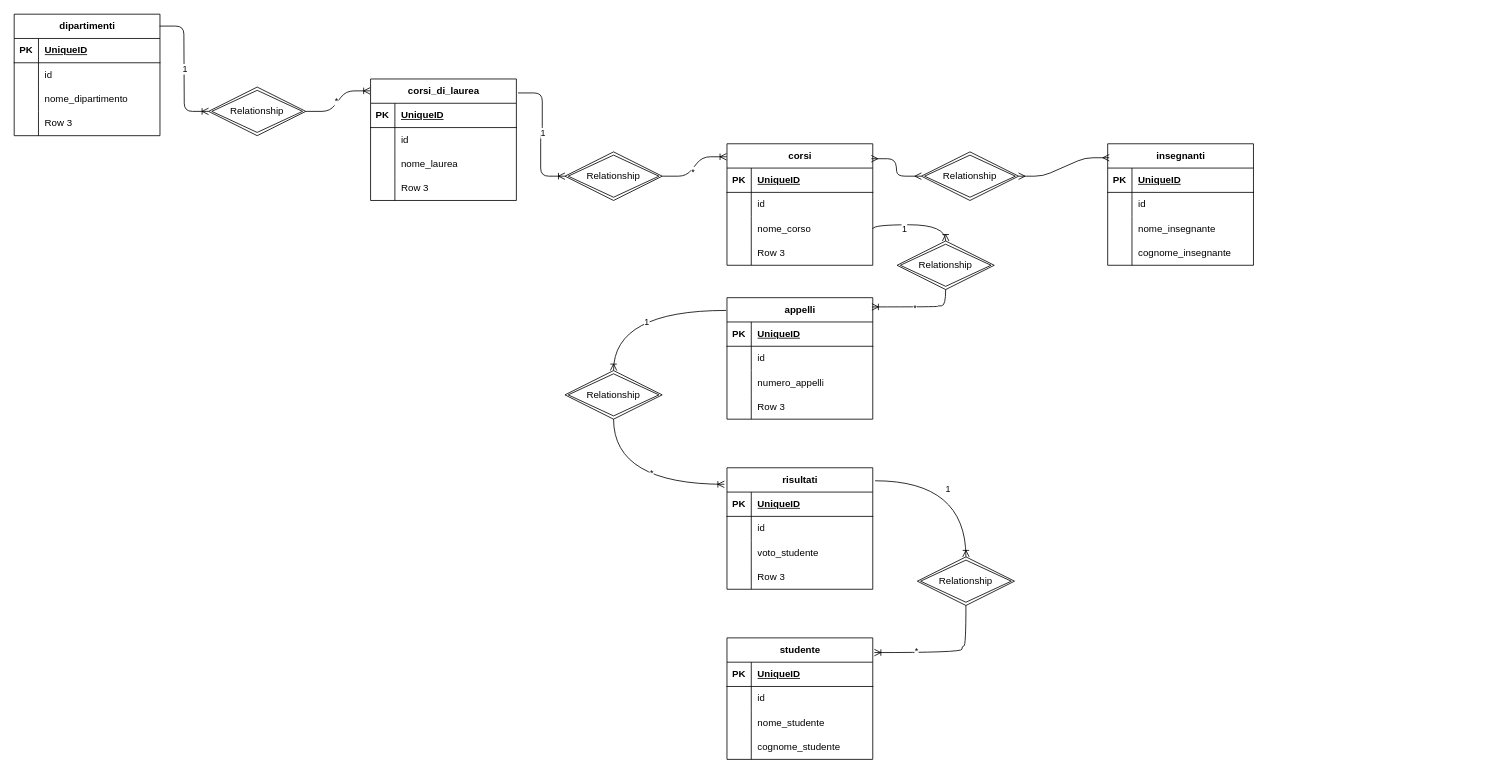
Before: university.drawio in ViktorJoseCentonza/db-university, a draw.io diagram. Source tidied: cells renumbered, new cells numbered last; positions are measured from the earlier drawing's top-left corner, leaving out a move shared by most shapes. Both pictures are drawn from the tidied source at 81%, with x=0, y=0 at pixel (14, 14).
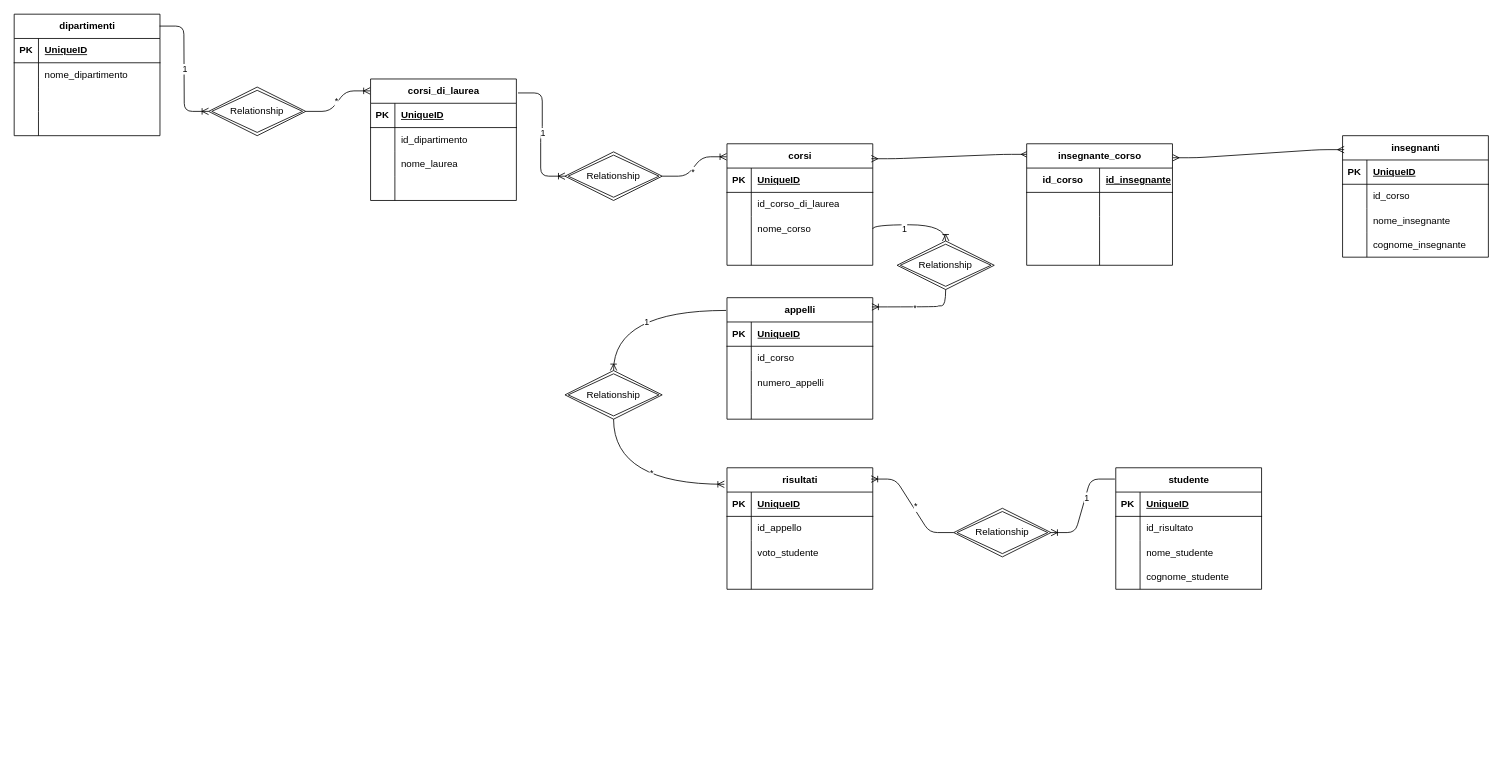
The same diagram, later.

The change refers to these unchanged cells:
```xml
<mxCell id="6" style="shape=tableRow;horizontal=0;startSize=0;swimlaneHead=0;swimlaneBody=0;fillColor=none;top=0;left=0;right=0;bottom=0;" parent="2" vertex="1">
  <mxGeometry y="60" width="180" height="30" as="geometry" />
</mxCell>
<mxCell id="9" style="shape=tableRow;horizontal=0;startSize=0;swimlaneHead=0;swimlaneBody=0;fillColor=none;top=0;left=0;right=0;bottom=0;" parent="2" vertex="1">
  <mxGeometry y="90" width="180" height="30" as="geometry" />
</mxCell>
<mxCell id="12" style="shape=tableRow;horizontal=0;startSize=0;swimlaneHead=0;swimlaneBody=0;fillColor=none;top=0;left=0;right=0;bottom=0;" parent="2" vertex="1">
  <mxGeometry y="120" width="180" height="30" as="geometry" />
</mxCell>
<mxCell id="19" style="shape=tableRow;horizontal=0;startSize=0;swimlaneHead=0;swimlaneBody=0;fillColor=none;top=0;left=0;right=0;bottom=0;" parent="15" vertex="1">
  <mxGeometry y="60" width="180" height="30" as="geometry" />
</mxCell>
<mxCell id="25" style="shape=tableRow;horizontal=0;startSize=0;swimlaneHead=0;swimlaneBody=0;fillColor=none;top=0;left=0;right=0;bottom=0;" parent="15" vertex="1">
  <mxGeometry y="120" width="180" height="30" as="geometry" />
</mxCell>
<mxCell id="28" value="corsi" style="shape=table;startSize=30;childLayout=tableLayout;rowLines=0;fontStyle=1;align=center;html=1;" parent="1" vertex="1">
  <mxGeometry x="880" y="160" width="180" height="150" as="geometry" />
</mxCell>
<mxCell id="32" style="shape=tableRow;horizontal=0;startSize=0;swimlaneHead=0;swimlaneBody=0;fillColor=none;top=0;left=0;right=0;bottom=0;" parent="28" vertex="1">
  <mxGeometry y="60" width="180" height="30" as="geometry" />
</mxCell>
<mxCell id="38" style="shape=tableRow;horizontal=0;startSize=0;swimlaneHead=0;swimlaneBody=0;fillColor=none;top=0;left=0;right=0;bottom=0;" parent="28" vertex="1">
  <mxGeometry y="120" width="180" height="30" as="geometry" />
</mxCell>
<mxCell id="45" style="shape=tableRow;horizontal=0;startSize=0;swimlaneHead=0;swimlaneBody=0;fillColor=none;top=0;left=0;right=0;bottom=0;" parent="41" vertex="1">
  <mxGeometry y="60" width="180" height="30" as="geometry" />
</mxCell>
<mxCell id="58" style="shape=tableRow;horizontal=0;startSize=0;swimlaneHead=0;swimlaneBody=0;fillColor=none;top=0;left=0;right=0;bottom=0;" parent="54" vertex="1">
  <mxGeometry y="60" width="180" height="30" as="geometry" />
</mxCell>
<mxCell id="64" style="shape=tableRow;horizontal=0;startSize=0;swimlaneHead=0;swimlaneBody=0;fillColor=none;top=0;left=0;right=0;bottom=0;" parent="54" vertex="1">
  <mxGeometry y="120" width="180" height="30" as="geometry" />
</mxCell>
<mxCell id="71" style="shape=tableRow;horizontal=0;startSize=0;swimlaneHead=0;swimlaneBody=0;fillColor=none;top=0;left=0;right=0;bottom=0;" parent="67" vertex="1">
  <mxGeometry y="60" width="180" height="30" as="geometry" />
</mxCell>
<mxCell id="80" value="risultati" style="shape=table;startSize=30;childLayout=tableLayout;rowLines=0;fontStyle=1;align=center;html=1;" parent="1" vertex="1">
  <mxGeometry x="880" y="560" width="180" height="150" as="geometry" />
</mxCell>
<mxCell id="84" style="shape=tableRow;horizontal=0;startSize=0;swimlaneHead=0;swimlaneBody=0;fillColor=none;top=0;left=0;right=0;bottom=0;" parent="80" vertex="1">
  <mxGeometry y="60" width="180" height="30" as="geometry" />
</mxCell>
<mxCell id="90" style="shape=tableRow;horizontal=0;startSize=0;swimlaneHead=0;swimlaneBody=0;fillColor=none;top=0;left=0;right=0;bottom=0;" parent="80" vertex="1">
  <mxGeometry y="120" width="180" height="30" as="geometry" />
</mxCell>
```

What changed in the source:
```diff
@@
-    <mxCell id="8" value="id" style="shape=partialRectangle;fillColor=none;top=0;left=0;bottom=0;right=0;align=left;spacingLeft=6;overflow=hidden;whiteSpace=wrap;html=1;" parent="6" vertex="1">
+    <mxCell id="8" value="nome_dipartimento" style="shape=partialRectangle;fillColor=none;top=0;left=0;bottom=0;right=0;align=left;spacingLeft=6;overflow=hidden;whiteSpace=wrap;html=1;" parent="6" vertex="1">
       <mxGeometry x="30" width="150" height="30" as="geometry" />
     </mxCell>
@@
-    <mxCell id="11" value="nome_dipartimento" style="shape=partialRectangle;fillColor=none;top=0;left=0;bottom=0;right=0;align=left;spacingLeft=6;overflow=hidden;whiteSpace=wrap;html=1;" parent="9" vertex="1">
+    <mxCell id="11" style="shape=partialRectangle;fillColor=none;top=0;left=0;bottom=0;right=0;align=left;spacingLeft=6;overflow=hidden;whiteSpace=wrap;html=1;" parent="9" vertex="1">
       <mxGeometry x="30" width="150" height="30" as="geometry" />
     </mxCell>
@@
-    <mxCell id="14" value="Row 3" style="shape=partialRectangle;fillColor=none;top=0;left=0;bottom=0;right=0;align=left;spacingLeft=6;overflow=hidden;whiteSpace=wrap;html=1;" parent="12" vertex="1">
+    <mxCell id="14" style="shape=partialRectangle;fillColor=none;top=0;left=0;bottom=0;right=0;align=left;spacingLeft=6;overflow=hidden;whiteSpace=wrap;html=1;" parent="12" vertex="1">
       <mxGeometry x="30" width="150" height="30" as="geometry" />
     </mxCell>
@@
-    <mxCell id="21" value="id" style="shape=partialRectangle;fillColor=none;top=0;left=0;bottom=0;right=0;align=left;spacingLeft=6;overflow=hidden;whiteSpace=wrap;html=1;" parent="19" vertex="1">
+    <mxCell id="21" value="id_dipartimento" style="shape=partialRectangle;fillColor=none;top=0;left=0;bottom=0;right=0;align=left;spacingLeft=6;overflow=hidden;whiteSpace=wrap;html=1;" parent="19" vertex="1">
       <mxGeometry x="30" width="150" height="30" as="geometry" />
     </mxCell>
@@
-    <mxCell id="27" value="Row 3" style="shape=partialRectangle;fillColor=none;top=0;left=0;bottom=0;right=0;align=left;spacingLeft=6;overflow=hidden;whiteSpace=wrap;html=1;" parent="25" vertex="1">
+    <mxCell id="27" style="shape=partialRectangle;fillColor=none;top=0;left=0;bottom=0;right=0;align=left;spacingLeft=6;overflow=hidden;whiteSpace=wrap;html=1;" parent="25" vertex="1">
       <mxGeometry x="30" width="150" height="30" as="geometry" />
     </mxCell>
@@
-    <mxCell id="34" value="id" style="shape=partialRectangle;fillColor=none;top=0;left=0;bottom=0;right=0;align=left;spacingLeft=6;overflow=hidden;whiteSpace=wrap;html=1;" parent="32" vertex="1">
+    <mxCell id="34" value="id_corso_di_laurea" style="shape=partialRectangle;fillColor=none;top=0;left=0;bottom=0;right=0;align=left;spacingLeft=6;overflow=hidden;whiteSpace=wrap;html=1;" parent="32" vertex="1">
       <mxGeometry x="30" width="150" height="30" as="geometry" />
     </mxCell>
@@
-    <mxCell id="40" value="Row 3" style="shape=partialRectangle;fillColor=none;top=0;left=0;bottom=0;right=0;align=left;spacingLeft=6;overflow=hidden;whiteSpace=wrap;html=1;" parent="38" vertex="1">
+    <mxCell id="40" style="shape=partialRectangle;fillColor=none;top=0;left=0;bottom=0;right=0;align=left;spacingLeft=6;overflow=hidden;whiteSpace=wrap;html=1;" parent="38" vertex="1">
       <mxGeometry x="30" width="150" height="30" as="geometry" />
     </mxCell>
     <mxCell id="41" value="insegnanti" style="shape=table;startSize=30;childLayout=tableLayout;rowLines=0;fontStyle=1;align=center;html=1;" parent="1" vertex="1">
-      <mxGeometry x="1350" y="160" width="180" height="150" as="geometry" />
+      <mxGeometry x="1640" y="150" width="180" height="150" as="geometry" />
     </mxCell>
@@
-    <mxCell id="47" value="id" style="shape=partialRectangle;fillColor=none;top=0;left=0;bottom=0;right=0;align=left;spacingLeft=6;overflow=hidden;whiteSpace=wrap;html=1;" parent="45" vertex="1">
+    <mxCell id="47" value="id_corso" style="shape=partialRectangle;fillColor=none;top=0;left=0;bottom=0;right=0;align=left;spacingLeft=6;overflow=hidden;whiteSpace=wrap;html=1;" parent="45" vertex="1">
       <mxGeometry x="30" width="150" height="30" as="geometry" />
     </mxCell>
@@
-    <mxCell id="60" value="id" style="shape=partialRectangle;fillColor=none;top=0;left=0;bottom=0;right=0;align=left;spacingLeft=6;overflow=hidden;whiteSpace=wrap;html=1;" parent="58" vertex="1">
+    <mxCell id="60" value="id_corso" style="shape=partialRectangle;fillColor=none;top=0;left=0;bottom=0;right=0;align=left;spacingLeft=6;overflow=hidden;whiteSpace=wrap;html=1;" parent="58" vertex="1">
       <mxGeometry x="30" width="150" height="30" as="geometry" />
     </mxCell>
@@
-    <mxCell id="66" value="Row 3" style="shape=partialRectangle;fillColor=none;top=0;left=0;bottom=0;right=0;align=left;spacingLeft=6;overflow=hidden;whiteSpace=wrap;html=1;" parent="64" vertex="1">
+    <mxCell id="66" style="shape=partialRectangle;fillColor=none;top=0;left=0;bottom=0;right=0;align=left;spacingLeft=6;overflow=hidden;whiteSpace=wrap;html=1;" parent="64" vertex="1">
       <mxGeometry x="30" width="150" height="30" as="geometry" />
     </mxCell>
     <mxCell id="67" value="studente" style="shape=table;startSize=30;childLayout=tableLayout;rowLines=0;fontStyle=1;align=center;html=1;" parent="1" vertex="1">
-      <mxGeometry x="880" y="770" width="180" height="150" as="geometry" />
+      <mxGeometry x="1360" y="560" width="180" height="150" as="geometry" />
     </mxCell>
@@
-    <mxCell id="73" value="id" style="shape=partialRectangle;fillColor=none;top=0;left=0;bottom=0;right=0;align=left;spacingLeft=6;overflow=hidden;whiteSpace=wrap;html=1;" parent="71" vertex="1">
+    <mxCell id="73" value="id_risultato" style="shape=partialRectangle;fillColor=none;top=0;left=0;bottom=0;right=0;align=left;spacingLeft=6;overflow=hidden;whiteSpace=wrap;html=1;" parent="71" vertex="1">
       <mxGeometry x="30" width="150" height="30" as="geometry" />
     </mxCell>
@@
-    <mxCell id="86" value="id" style="shape=partialRectangle;fillColor=none;top=0;left=0;bottom=0;right=0;align=left;spacingLeft=6;overflow=hidden;whiteSpace=wrap;html=1;" parent="84" vertex="1">
+    <mxCell id="86" value="id_appello" style="shape=partialRectangle;fillColor=none;top=0;left=0;bottom=0;right=0;align=left;spacingLeft=6;overflow=hidden;whiteSpace=wrap;html=1;" parent="84" vertex="1">
       <mxGeometry x="30" width="150" height="30" as="geometry" />
     </mxCell>
@@
-    <mxCell id="92" value="Row 3" style="shape=partialRectangle;fillColor=none;top=0;left=0;bottom=0;right=0;align=left;spacingLeft=6;overflow=hidden;whiteSpace=wrap;html=1;" parent="90" vertex="1">
+    <mxCell id="92" style="shape=partialRectangle;fillColor=none;top=0;left=0;bottom=0;right=0;align=left;spacingLeft=6;overflow=hidden;whiteSpace=wrap;html=1;" parent="90" vertex="1">
       <mxGeometry x="30" width="150" height="30" as="geometry" />
     </mxCell>
@@
-    <mxCell id="103" value="Relationship" style="shape=rhombus;double=1;perimeter=rhombusPerimeter;whiteSpace=wrap;html=1;align=center;" parent="1" vertex="1">
-      <mxGeometry x="1120" y="170" width="120" height="60" as="geometry" />
-    </mxCell>
-    <mxCell id="104" style="edgeStyle=entityRelationEdgeStyle;fontSize=12;html=1;endArrow=ERmany;startArrow=ERmany;exitX=0.99;exitY=0.123;exitDx=0;exitDy=0;exitPerimeter=0;entryX=0;entryY=0.5;entryDx=0;entryDy=0;" parent="1" edge="1" source="28" target="103">
+    <mxCell id="104" style="edgeStyle=entityRelationEdgeStyle;fontSize=12;html=1;endArrow=ERmany;startArrow=ERmany;exitX=0.99;exitY=0.123;exitDx=0;exitDy=0;exitPerimeter=0;entryX=0.007;entryY=0.087;entryDx=0;entryDy=0;entryPerimeter=0;" parent="1" edge="1" source="28" target="121">
       <mxGeometry relative="1" as="geometry" />
     </mxCell>
-    <mxCell id="105" style="edgeStyle=entityRelationEdgeStyle;fontSize=12;html=1;endArrow=ERmany;startArrow=ERmany;entryX=0.011;entryY=0.115;entryDx=0;entryDy=0;entryPerimeter=0;exitX=1;exitY=0.5;exitDx=0;exitDy=0;" parent="1" edge="1" source="103" target="41">
+    <mxCell id="105" style="edgeStyle=entityRelationEdgeStyle;fontSize=12;html=1;endArrow=ERmany;startArrow=ERmany;entryX=0.011;entryY=0.115;entryDx=0;entryDy=0;entryPerimeter=0;exitX=1.001;exitY=0.115;exitDx=0;exitDy=0;exitPerimeter=0;" parent="1" edge="1" source="121" target="41">
       <mxGeometry relative="1" as="geometry" />
     </mxCell>
@@
-    <mxCell id="116" value="Relationship" style="shape=rhombus;double=1;perimeter=rhombusPerimeter;whiteSpace=wrap;html=1;align=center;" parent="1" vertex="1">
-      <mxGeometry x="1115" y="670" width="120" height="60" as="geometry" />
-    </mxCell>
-    <mxCell id="117" style="edgeStyle=orthogonalEdgeStyle;fontSize=12;html=1;endArrow=ERoneToMany;exitX=1.016;exitY=0.107;exitDx=0;exitDy=0;exitPerimeter=0;entryX=0.5;entryY=0;entryDx=0;entryDy=0;curved=1;" parent="1" edge="1" source="80" target="116">
-      <mxGeometry relative="1" as="geometry" />
-    </mxCell>
+    <mxCell id="121" value="insegnante_corso" style="shape=table;startSize=30;childLayout=tableLayout;rowLines=0;fontStyle=1;align=center;html=1;" parent="1" vertex="1">
+      <mxGeometry x="1250" y="160" width="180" height="150" as="geometry" />
+    </mxCell>
+    <mxCell id="122" style="shape=tableRow;horizontal=0;startSize=0;swimlaneHead=0;swimlaneBody=0;fillColor=none;top=0;left=0;right=0;bottom=1;" parent="121" vertex="1">
+      <mxGeometry y="30" width="180" height="30" as="geometry" />
+    </mxCell>
+    <mxCell id="123" value="id_corso" style="shape=partialRectangle;fillColor=none;top=0;left=0;bottom=0;right=0;fontStyle=1;overflow=hidden;whiteSpace=wrap;html=1;" parent="122" vertex="1">
+      <mxGeometry width="90" height="30" as="geometry" />
+    </mxCell>
+    <mxCell id="124" value="id_insegnante" style="shape=partialRectangle;fillColor=none;top=0;left=0;bottom=0;right=0;align=left;spacingLeft=6;fontStyle=5;overflow=hidden;whiteSpace=wrap;html=1;" parent="122" vertex="1">
+      <mxGeometry x="90" width="90" height="30" as="geometry" />
+    </mxCell>
+    <mxCell id="125" style="shape=tableRow;horizontal=0;startSize=0;swimlaneHead=0;swimlaneBody=0;fillColor=none;top=0;left=0;right=0;bottom=0;" parent="121" vertex="1">
+      <mxGeometry y="60" width="180" height="30" as="geometry" />
+    </mxCell>
+    <mxCell id="126" style="shape=partialRectangle;fillColor=none;top=0;left=0;bottom=0;right=0;overflow=hidden;whiteSpace=wrap;html=1;" parent="125" vertex="1">
+      <mxGeometry width="90" height="30" as="geometry" />
+    </mxCell>
+    <mxCell id="127" style="shape=partialRectangle;fillColor=none;top=0;left=0;bottom=0;right=0;align=left;spacingLeft=6;overflow=hidden;whiteSpace=wrap;html=1;" parent="125" vertex="1">
+      <mxGeometry x="90" width="90" height="30" as="geometry" />
+    </mxCell>
+    <mxCell id="128" style="shape=tableRow;horizontal=0;startSize=0;swimlaneHead=0;swimlaneBody=0;fillColor=none;top=0;left=0;right=0;bottom=0;" parent="121" vertex="1">
+      <mxGeometry y="90" width="180" height="30" as="geometry" />
+    </mxCell>
+    <mxCell id="129" style="shape=partialRectangle;fillColor=none;top=0;left=0;bottom=0;right=0;overflow=hidden;whiteSpace=wrap;html=1;" parent="128" vertex="1">
+      <mxGeometry width="90" height="30" as="geometry" />
+    </mxCell>
+    <mxCell id="130" style="shape=partialRectangle;fillColor=none;top=0;left=0;bottom=0;right=0;align=left;spacingLeft=6;overflow=hidden;whiteSpace=wrap;html=1;" parent="128" vertex="1">
+      <mxGeometry x="90" width="90" height="30" as="geometry" />
+    </mxCell>
+    <mxCell id="131" style="shape=tableRow;horizontal=0;startSize=0;swimlaneHead=0;swimlaneBody=0;fillColor=none;top=0;left=0;right=0;bottom=0;" parent="121" vertex="1">
+      <mxGeometry y="120" width="180" height="30" as="geometry" />
+    </mxCell>
+    <mxCell id="132" style="shape=partialRectangle;fillColor=none;top=0;left=0;bottom=0;right=0;overflow=hidden;whiteSpace=wrap;html=1;" parent="131" vertex="1">
+      <mxGeometry width="90" height="30" as="geometry" />
+    </mxCell>
+    <mxCell id="133" style="shape=partialRectangle;fillColor=none;top=0;left=0;bottom=0;right=0;align=left;spacingLeft=6;overflow=hidden;whiteSpace=wrap;html=1;" parent="131" vertex="1">
+      <mxGeometry x="90" width="90" height="30" as="geometry" />
+    </mxCell>
+    <mxCell id="134" value="Relationship" style="shape=rhombus;double=1;perimeter=rhombusPerimeter;whiteSpace=wrap;html=1;align=center;" parent="1" vertex="1">
+      <mxGeometry x="1160" y="610" width="120" height="60" as="geometry" />
+    </mxCell>
+    <mxCell id="135" style="edgeStyle=entityRelationEdgeStyle;fontSize=12;html=1;endArrow=ERoneToMany;entryX=0.989;entryY=0.093;entryDx=0;entryDy=0;entryPerimeter=0;exitX=0;exitY=0.5;exitDx=0;exitDy=0;" parent="1" edge="1" source="134" target="80">
+      <mxGeometry relative="1" as="geometry" />
+    </mxCell>
+    <mxCell id="120" value="*" style="edgeLabel;html=1;align=center;verticalAlign=middle;" parent="135" vertex="1">
+      <mxGeometry x="-0.03" y="-3" relative="1" as="geometry" />
+    </mxCell>
+    <mxCell id="136" style="edgeStyle=entityRelationEdgeStyle;fontSize=12;html=1;endArrow=ERoneToMany;entryX=1;entryY=0.5;entryDx=0;entryDy=0;exitX=-0.006;exitY=0.093;exitDx=0;exitDy=0;exitPerimeter=0;" parent="1" edge="1" source="67" target="134">
+      <mxGeometry relative="1" as="geometry" />
+    </mxCell>
-    <mxCell id="118" value="1" style="edgeLabel;html=1;align=center;verticalAlign=middle;" parent="117" vertex="1">
-      <mxGeometry x="0.19" y="-23" relative="1" as="geometry" />
+    <mxCell id="118" value="1" style="edgeLabel;html=1;align=center;verticalAlign=middle;" parent="136" vertex="1">
+      <mxGeometry x="-0.18" y="1" relative="1" as="geometry" />
     </mxCell>
-    <mxCell id="119" style="edgeStyle=orthogonalEdgeStyle;fontSize=12;html=1;endArrow=ERoneToMany;exitX=0.5;exitY=1;exitDx=0;exitDy=0;entryX=1.011;entryY=0.121;entryDx=0;entryDy=0;entryPerimeter=0;curved=1;" parent="1" edge="1" source="116" target="67">
-      <mxGeometry relative="1" as="geometry">
-        <Array as="points">
-          <mxPoint x="1175" y="780" />
-          <mxPoint x="1170" y="780" />
-          <mxPoint x="1170" y="788" />
-        </Array>
-      </mxGeometry>
-    </mxCell>
-    <mxCell id="120" value="*" style="edgeLabel;html=1;align=center;verticalAlign=middle;" parent="119" vertex="1">
-      <mxGeometry x="0.4" y="-3" relative="1" as="geometry" />
-    </mxCell>
```
